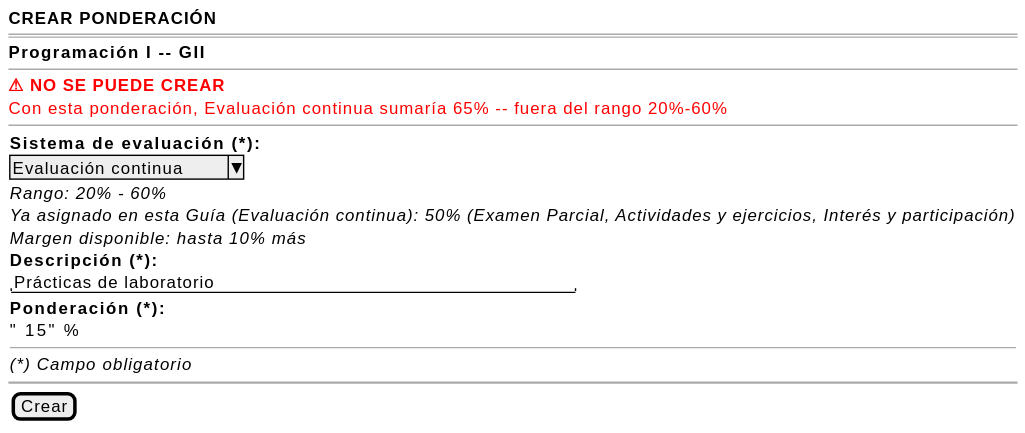
The PlantUML diagram images/RUP/01-requisitos/03-detalle-casos-uso/crearPonderacionEvaluacion/wireframe-error.svg in mmasias/pyCeldaPublico, before a commit.
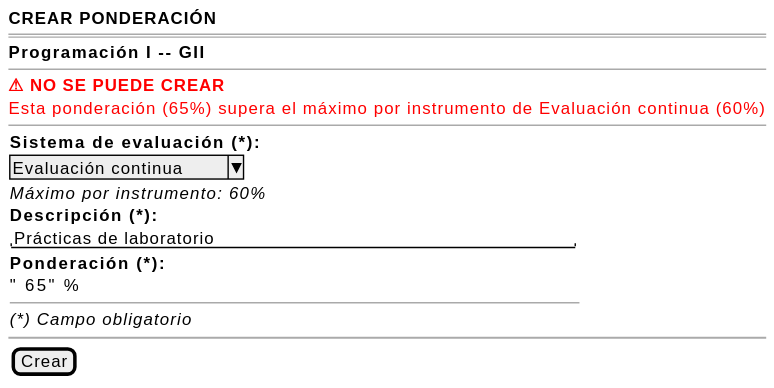
The same diagram one commit later.

The edit, as a diff of the source:
```diff
@@ -5,18 +5,16 @@
     <b>Programación I -- GII</b>
     --
     <color:red><b>⚠ NO SE PUEDE CREAR</b></color>
-    <color:red>Con esta ponderación, Evaluación continua sumaría 65% -- fuera del rango 20%-60%</color>
+    <color:red>Esta ponderación (65%) supera el máximo por instrumento de Evaluación continua (60%)</color>
     --
     {
         <b>Sistema de evaluación (*):</b>
         ^Evaluación continua^
-        <i>Rango: 20% - 60%</i>
-        <i>Ya asignado en esta Guía (Evaluación continua): 50% (Examen Parcial, Actividades y ejercicios, Interés y participación)</i>
-        <i>Margen disponible: hasta 10% más</i>
+        <i>Máximo por instrumento: 60%</i>
         <b>Descripción (*):</b>
         "Prácticas de laboratorio                          "
         <b>Ponderación (*):</b>
-        "  15" %
+        "  65" %
         --
         <i>(*) Campo obligatorio</i>
     }
```
